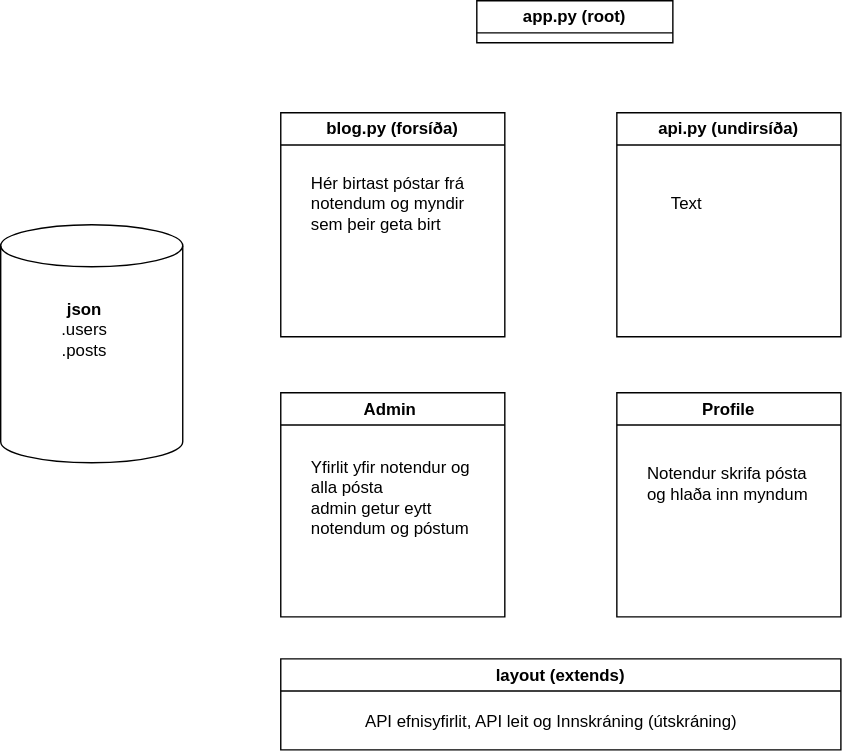
Above: Verkefni4/flaedirit.drawio.svg in vefthroun/26H_VEF2VF05CU (draw.io), before the change. Source tidied: cells renumbered, new cells last; positions are measured from the earlier drawing's top-left corner, leaving out a move shared by most shapes. Its diagram source:
```xml
<mxGraphModel>
  <root>
    <mxCell id="0" />
    <mxCell id="1" parent="0" />
    <mxCell id="2" value="app.py (root)" style="swimlane;whiteSpace=wrap;html=1;startSize=23;" parent="1" vertex="1" collapsed="1">
      <mxGeometry x="340" width="140" height="30" as="geometry" />
    </mxCell>
    <mxCell id="3" value="blog.py (forsíða)" style="swimlane;whiteSpace=wrap;html=1;" parent="1" vertex="1">
      <mxGeometry x="200" y="80" width="160" height="160" as="geometry" />
    </mxCell>
    <mxCell id="4" value="Hér birtast póstar frá notendum og myndir sem þeir geta birt" style="text;html=1;whiteSpace=wrap;strokeColor=none;fillColor=none;align=left;verticalAlign=middle;rounded=0;" parent="3" vertex="1">
      <mxGeometry x="20" y="50" width="120" height="30" as="geometry" />
    </mxCell>
    <mxCell id="5" value="api.py (undirsíða)" style="swimlane;whiteSpace=wrap;html=1;" parent="1" vertex="1">
      <mxGeometry x="440" y="80" width="160" height="160" as="geometry" />
    </mxCell>
    <mxCell id="6" value="layout (extends)" style="swimlane;whiteSpace=wrap;html=1;" parent="1" vertex="1">
      <mxGeometry x="200" y="470" width="400" height="65" as="geometry" />
    </mxCell>
    <mxCell id="7" value="API efnisyfirlit, API leit og Innskráning (útskráning)&amp;nbsp;" style="text;html=1;whiteSpace=wrap;strokeColor=none;fillColor=none;align=center;verticalAlign=middle;rounded=0;" parent="1" vertex="1">
      <mxGeometry x="220" y="500" width="350" height="30" as="geometry" />
    </mxCell>
    <mxCell id="8" value="Admin&amp;nbsp;" style="swimlane;whiteSpace=wrap;html=1;" parent="1" vertex="1">
      <mxGeometry x="200" y="280" width="160" height="160" as="geometry" />
    </mxCell>
    <mxCell id="9" value="Yfirlit yfir notendur og alla pósta&lt;div&gt;admin getur eytt notendum og póstum&lt;/div&gt;" style="text;html=1;whiteSpace=wrap;strokeColor=none;fillColor=none;align=left;verticalAlign=middle;rounded=0;" parent="8" vertex="1">
      <mxGeometry x="20" y="60" width="120" height="30" as="geometry" />
    </mxCell>
    <mxCell id="10" value="Profile" style="swimlane;whiteSpace=wrap;html=1;" parent="1" vertex="1">
      <mxGeometry x="440" y="280" width="160" height="160" as="geometry" />
    </mxCell>
    <mxCell id="11" value="Notendur skrifa pósta og hlaða inn myndum" style="text;html=1;whiteSpace=wrap;strokeColor=none;fillColor=none;align=left;verticalAlign=middle;rounded=0;" parent="10" vertex="1">
      <mxGeometry x="20" y="50" width="120" height="30" as="geometry" />
    </mxCell>
    <mxCell id="12" style="shape=cylinder3;whiteSpace=wrap;html=1;boundedLbl=1;backgroundOutline=1;size=15;" parent="1" vertex="1">
      <mxGeometry y="160" width="130" height="170" as="geometry" />
    </mxCell>
    <mxCell id="13" value="&lt;b&gt;json&lt;/b&gt;&lt;div&gt;.users&lt;/div&gt;&lt;div&gt;.posts&lt;/div&gt;" style="text;html=1;whiteSpace=wrap;strokeColor=none;fillColor=none;align=center;verticalAlign=middle;rounded=0;" parent="1" vertex="1">
      <mxGeometry x="30" y="220" width="60" height="30" as="geometry" />
    </mxCell>
    <mxCell id="14" value="Text" style="text;html=1;whiteSpace=wrap;strokeColor=none;fillColor=none;align=center;verticalAlign=middle;rounded=0;" parent="1" vertex="1">
      <mxGeometry x="460" y="130" width="60" height="30" as="geometry" />
    </mxCell>
  </root>
</mxGraphModel>
```
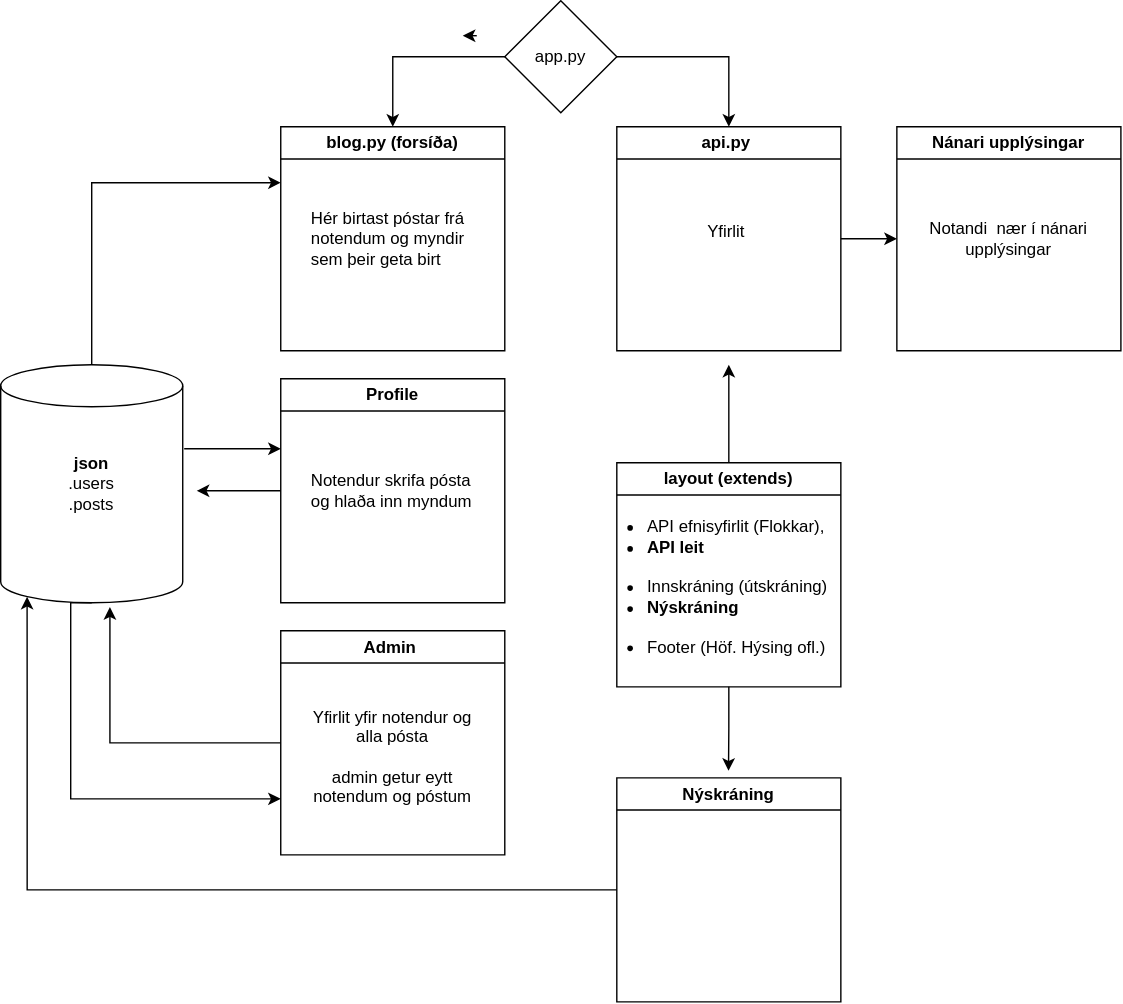
Above is the later version.

What changed in the source:
```diff
@@ -2,44 +2,112 @@
   <root>
     <mxCell id="0" />
     <mxCell id="1" parent="0" />
-    <mxCell id="2" value="app.py (root)" style="swimlane;whiteSpace=wrap;html=1;startSize=23;" parent="1" vertex="1" collapsed="1">
-      <mxGeometry x="340" width="140" height="30" as="geometry" />
-    </mxCell>
+    <mxCell id="15" style="edgeStyle=orthogonalEdgeStyle;rounded=0;jettySize=auto;html=1;exitX=0.5;exitY=1;exitDx=0;exitDy=0;entryX=0.5;entryY=0;entryDx=0;entryDy=0;defaultLabelBackgroundColor=page;labelPadding=0 4;" parent="1" edge="1" target="5">
+      <mxGeometry x="-0.25" relative="1" as="geometry">
+        <mxPoint x="330" y="30" as="sourcePoint" />
+      </mxGeometry>
+    </mxCell>
+    <mxCell id="16" style="edgeStyle=orthogonalEdgeStyle;rounded=0;orthogonalLoop=1;jettySize=auto;html=1;exitX=0;exitY=0.5;exitDx=0;exitDy=0;defaultLabelBackgroundColor=page;labelPadding=0 4;" parent="1" edge="1">
+      <mxGeometry relative="1" as="geometry">
+        <mxPoint x="260" y="15" as="sourcePoint" />
+        <mxPoint x="250" y="15" as="targetPoint" />
+      </mxGeometry>
+    </mxCell>
     <mxCell id="3" value="blog.py (forsíða)" style="swimlane;whiteSpace=wrap;html=1;" parent="1" vertex="1">
-      <mxGeometry x="200" y="80" width="160" height="160" as="geometry" />
+      <mxGeometry x="120" y="80" width="160" height="160" as="geometry" />
     </mxCell>
     <mxCell id="4" value="Hér birtast póstar frá notendum og myndir sem þeir geta birt" style="text;html=1;whiteSpace=wrap;strokeColor=none;fillColor=none;align=left;verticalAlign=middle;rounded=0;" parent="3" vertex="1">
-      <mxGeometry x="20" y="50" width="120" height="30" as="geometry" />
+      <mxGeometry x="20" y="65" width="120" height="30" as="geometry" />
     </mxCell>
+    <mxCell id="17" style="edgeStyle=orthogonalEdgeStyle;rounded=0;jettySize=auto;html=1;entryX=0;entryY=0.5;entryDx=0;entryDy=0;defaultLabelBackgroundColor=page;labelPadding=0 4;" parent="1" edge="1" source="5" target="26">
+      <mxGeometry relative="1" as="geometry" />
+    </mxCell>
-    <mxCell id="5" value="api.py (undirsíða)" style="swimlane;whiteSpace=wrap;html=1;" parent="1" vertex="1">
-      <mxGeometry x="440" y="80" width="160" height="160" as="geometry" />
+    <mxCell id="5" value="api.py&amp;nbsp;" style="swimlane;whiteSpace=wrap;html=1;" parent="1" vertex="1">
+      <mxGeometry x="360" y="80" width="160" height="160" as="geometry" />
     </mxCell>
+    <mxCell id="14" value="Yfirlit&amp;nbsp;" style="text;html=1;whiteSpace=wrap;strokeColor=none;fillColor=none;align=center;verticalAlign=middle;rounded=0;" parent="5" vertex="1">
+      <mxGeometry x="50" y="60" width="60" height="30" as="geometry" />
+    </mxCell>
+    <mxCell id="18" style="edgeStyle=orthogonalEdgeStyle;rounded=0;jettySize=auto;html=1;exitX=0.5;exitY=1;exitDx=0;exitDy=0;defaultLabelBackgroundColor=page;labelPadding=0 4;" parent="1" edge="1" source="6">
+      <mxGeometry relative="1" as="geometry">
+        <mxPoint x="439.8" y="540" as="targetPoint" />
+      </mxGeometry>
+    </mxCell>
+    <mxCell id="19" style="edgeStyle=orthogonalEdgeStyle;rounded=0;jettySize=auto;html=1;defaultLabelBackgroundColor=page;labelPadding=0 4;" parent="1" edge="1" source="6">
+      <mxGeometry relative="1" as="geometry">
+        <mxPoint x="440" y="250" as="targetPoint" />
+      </mxGeometry>
+    </mxCell>
     <mxCell id="6" value="layout (extends)" style="swimlane;whiteSpace=wrap;html=1;" parent="1" vertex="1">
-      <mxGeometry x="200" y="470" width="400" height="65" as="geometry" />
+      <mxGeometry x="360" y="320" width="160" height="160" as="geometry" />
     </mxCell>
-    <mxCell id="7" value="API efnisyfirlit, API leit og Innskráning (útskráning)&amp;nbsp;" style="text;html=1;whiteSpace=wrap;strokeColor=none;fillColor=none;align=center;verticalAlign=middle;rounded=0;" parent="1" vertex="1">
-      <mxGeometry x="220" y="500" width="350" height="30" as="geometry" />
+    <mxCell id="7" value="&lt;ul&gt;&lt;li&gt;API efnisyfirlit (Flokkar),&amp;nbsp;&lt;/li&gt;&lt;li&gt;&lt;b&gt;API leit&amp;nbsp;&lt;/b&gt;&amp;nbsp;&lt;br&gt;&lt;br&gt;&lt;/li&gt;&lt;li&gt;Innskráning (útskráning)&lt;br&gt;&lt;/li&gt;&lt;li&gt;&lt;b&gt;Nýskráning&lt;/b&gt;&amp;nbsp;&lt;br&gt;&lt;br&gt;&lt;/li&gt;&lt;li&gt;Footer (Höf. Hýsing ofl.)&lt;/li&gt;&lt;/ul&gt;" style="text;html=1;whiteSpace=wrap;strokeColor=none;fillColor=none;align=left;verticalAlign=middle;rounded=0;" parent="6" vertex="1">
+      <mxGeometry x="-20" y="74" width="175" height="30" as="geometry" />
     </mxCell>
     <mxCell id="8" value="Admin&amp;nbsp;" style="swimlane;whiteSpace=wrap;html=1;" parent="1" vertex="1">
-      <mxGeometry x="200" y="280" width="160" height="160" as="geometry" />
+      <mxGeometry x="120" y="440" width="160" height="160" as="geometry" />
     </mxCell>
-    <mxCell id="9" value="Yfirlit yfir notendur og alla pósta&lt;div&gt;admin getur eytt notendum og póstum&lt;/div&gt;" style="text;html=1;whiteSpace=wrap;strokeColor=none;fillColor=none;align=left;verticalAlign=middle;rounded=0;" parent="8" vertex="1">
-      <mxGeometry x="20" y="60" width="120" height="30" as="geometry" />
+    <mxCell id="9" value="Yfirlit yfir notendur og alla pósta&lt;div&gt;&lt;br&gt;&lt;div&gt;admin getur eytt notendum og póstum&lt;/div&gt;&lt;/div&gt;" style="text;html=1;whiteSpace=wrap;strokeColor=none;fillColor=none;align=center;verticalAlign=middle;rounded=0;" parent="8" vertex="1">
+      <mxGeometry x="20" y="75" width="120" height="30" as="geometry" />
     </mxCell>
     <mxCell id="10" value="Profile" style="swimlane;whiteSpace=wrap;html=1;" parent="1" vertex="1">
-      <mxGeometry x="440" y="280" width="160" height="160" as="geometry" />
+      <mxGeometry x="120" y="260" width="160" height="160" as="geometry" />
     </mxCell>
     <mxCell id="11" value="Notendur skrifa pósta og hlaða inn myndum" style="text;html=1;whiteSpace=wrap;strokeColor=none;fillColor=none;align=left;verticalAlign=middle;rounded=0;" parent="10" vertex="1">
-      <mxGeometry x="20" y="50" width="120" height="30" as="geometry" />
+      <mxGeometry x="20" y="65" width="120" height="30" as="geometry" />
     </mxCell>
+    <mxCell id="20" style="edgeStyle=orthogonalEdgeStyle;rounded=0;jettySize=auto;html=1;exitX=0.5;exitY=0;exitDx=0;exitDy=0;exitPerimeter=0;entryX=0;entryY=0.25;entryDx=0;entryDy=0;defaultLabelBackgroundColor=page;labelPadding=0 4;" parent="1" edge="1" source="12" target="3">
+      <mxGeometry relative="1" as="geometry" />
+    </mxCell>
+    <mxCell id="21" style="edgeStyle=orthogonalEdgeStyle;rounded=0;jettySize=auto;html=1;defaultLabelBackgroundColor=page;labelPadding=0 4;exitX=1.008;exitY=0.353;exitDx=0;exitDy=0;exitPerimeter=0;" parent="1" edge="1" source="12">
+      <mxGeometry x="0.02" relative="1" as="geometry">
+        <mxPoint x="120" y="310" as="targetPoint" />
+      </mxGeometry>
+    </mxCell>
+    <mxCell id="22" style="edgeStyle=orthogonalEdgeStyle;rounded=0;jettySize=auto;html=1;exitX=0.5;exitY=1;exitDx=0;exitDy=0;exitPerimeter=0;defaultLabelBackgroundColor=page;labelPadding=0 4;entryX=0;entryY=0.75;entryDx=0;entryDy=0;" parent="1" edge="1" source="12" target="8">
+      <mxGeometry x="0.4" relative="1" as="geometry">
+        <Array as="points">
+          <mxPoint x="-30" y="420" />
+          <mxPoint x="-30" y="560" />
+        </Array>
+      </mxGeometry>
+    </mxCell>
     <mxCell id="12" style="shape=cylinder3;whiteSpace=wrap;html=1;boundedLbl=1;backgroundOutline=1;size=15;" parent="1" vertex="1">
-      <mxGeometry y="160" width="130" height="170" as="geometry" />
+      <mxGeometry x="-80" y="250" width="130" height="170" as="geometry" />
     </mxCell>
     <mxCell id="13" value="&lt;b&gt;json&lt;/b&gt;&lt;div&gt;.users&lt;/div&gt;&lt;div&gt;.posts&lt;/div&gt;" style="text;html=1;whiteSpace=wrap;strokeColor=none;fillColor=none;align=center;verticalAlign=middle;rounded=0;" parent="1" vertex="1">
-      <mxGeometry x="30" y="220" width="60" height="30" as="geometry" />
+      <mxGeometry x="-45" y="320" width="60" height="30" as="geometry" />
     </mxCell>
-    <mxCell id="14" value="Text" style="text;html=1;whiteSpace=wrap;strokeColor=none;fillColor=none;align=center;verticalAlign=middle;rounded=0;" parent="1" vertex="1">
-      <mxGeometry x="460" y="130" width="60" height="30" as="geometry" />
-    </mxCell>
+    <mxCell id="23" style="edgeStyle=orthogonalEdgeStyle;rounded=0;jettySize=auto;html=1;exitX=0.25;exitY=1;exitDx=0;exitDy=0;entryX=0.5;entryY=0;entryDx=0;entryDy=0;defaultLabelBackgroundColor=page;labelPadding=0 4;" parent="1" edge="1" target="3">
+      <mxGeometry x="-0.14" relative="1" as="geometry">
+        <mxPoint x="295" y="30" as="sourcePoint" />
+      </mxGeometry>
+    </mxCell>
+    <mxCell id="24" style="edgeStyle=orthogonalEdgeStyle;rounded=0;jettySize=auto;html=1;exitX=0;exitY=0.5;exitDx=0;exitDy=0;defaultLabelBackgroundColor=page;labelPadding=0 4;" parent="1" edge="1" source="10">
+      <mxGeometry relative="1" as="geometry">
+        <mxPoint x="60" y="340" as="targetPoint" />
+      </mxGeometry>
+    </mxCell>
+    <mxCell id="25" style="edgeStyle=orthogonalEdgeStyle;rounded=0;jettySize=auto;html=1;exitX=0;exitY=0.5;exitDx=0;exitDy=0;entryX=0.6;entryY=1.018;entryDx=0;entryDy=0;entryPerimeter=0;defaultLabelBackgroundColor=page;labelPadding=0 4;" parent="1" edge="1" source="8" target="12">
+      <mxGeometry relative="1" as="geometry" />
+    </mxCell>
+    <mxCell id="26" value="Nánari upplýsingar" style="swimlane;whiteSpace=wrap;html=1;" parent="1" vertex="1">
+      <mxGeometry x="560" y="80" width="160" height="160" as="geometry" />
+    </mxCell>
+    <mxCell id="27" value="Notandi&amp;nbsp; nær í nánari upplýsingar" style="text;html=1;whiteSpace=wrap;strokeColor=none;fillColor=none;align=center;verticalAlign=middle;rounded=0;" parent="26" vertex="1">
+      <mxGeometry x="20" y="65" width="120" height="30" as="geometry" />
+    </mxCell>
+    <mxCell id="28" style="rhombus;whiteSpace=wrap;html=1;shapeInside=1;" parent="1" vertex="1">
+      <mxGeometry x="280" y="-10" width="80" height="80" as="geometry" />
+    </mxCell>
+    <mxCell id="29" value="app.py" style="text;html=1;whiteSpace=wrap;strokeColor=none;fillColor=none;align=center;verticalAlign=middle;rounded=0;" parent="1" vertex="1">
+      <mxGeometry x="290" y="15" width="60" height="30" as="geometry" />
+    </mxCell>
+    <mxCell id="30" style="edgeStyle=orthogonalEdgeStyle;rounded=0;jettySize=auto;html=1;defaultLabelBackgroundColor=page;labelPadding=0 4;entryX=0.145;entryY=1;entryDx=0;entryDy=-4.35;entryPerimeter=0;" parent="1" edge="1" source="31" target="12">
+      <mxGeometry x="-0.02" relative="1" as="geometry" />
+    </mxCell>
+    <mxCell id="31" value="Nýskráning" style="swimlane;whiteSpace=wrap;html=1;" parent="1" vertex="1">
+      <mxGeometry x="360" y="545" width="160" height="160" as="geometry" />
+    </mxCell>
   </root>
 </mxGraphModel>
```
